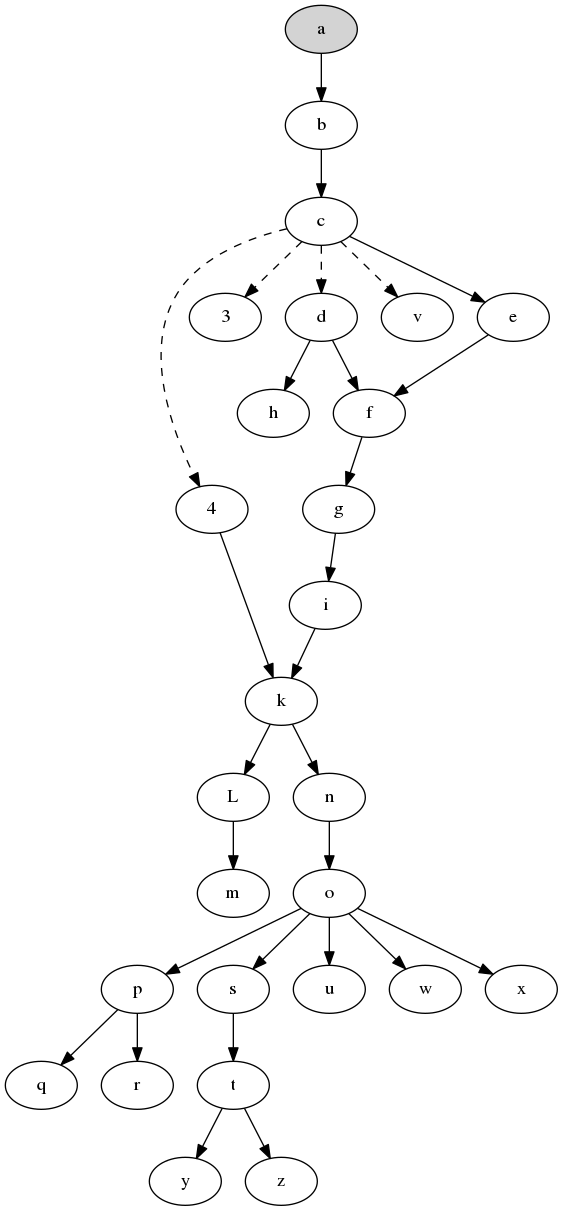
Earlier version of the Graphviz export svm-startup-deps.png (jdmpapin/svm-startup-deps). Its source is kept beside it as svm-startup-deps.dot.
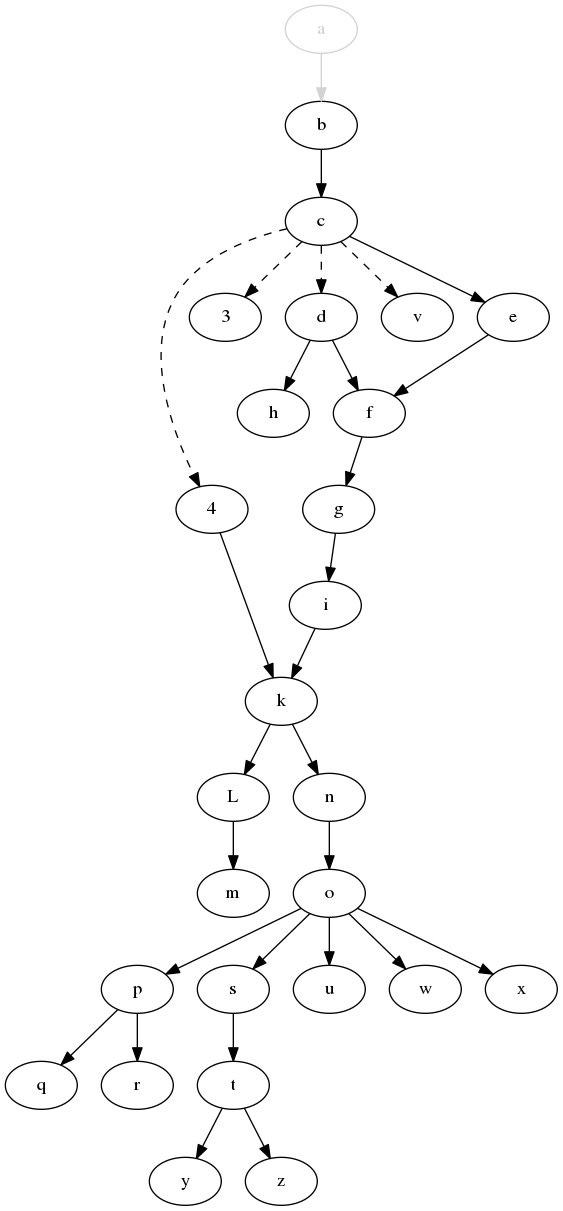
The same diagram one commit later.

Commit message:
Mark a complete

What changed in the source:
```diff
@@ -1,7 +1,7 @@
 digraph {
     4;
     3;
-    a [style=filled,fillcolor=lightgrey];
+    a [color=lightgrey,fontcolor=lightgrey];
     b;
     c;
     d;
@@ -32,7 +32,7 @@
     c -> 3 [style=dashed];
     c -> d [style=dashed];
     c -> v [style=dashed];
-    a -> b;
+    a -> b [color=lightgrey];
     b -> c;
     c -> e;
     d -> f;
```
